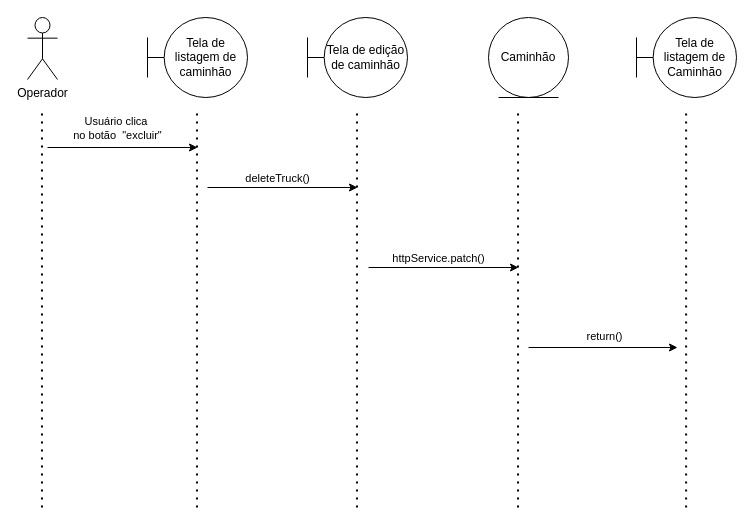
iamseki/mtruck-api keeps this draw.io diagram as page "Diagrama de sequencia - Exclusão de Caminhão" (26 of 28) of docs/diagrams/MTruck Diagrams.drawio. Above is the earlier version. Source tidied: cells renumbered, new cells numbered last; positions are measured from the earlier drawing's top-left corner, leaving out a move shared by most shapes. Both pictures are drawn from the tidied source at 100%, with x=0, y=0 at pixel (27, 17).
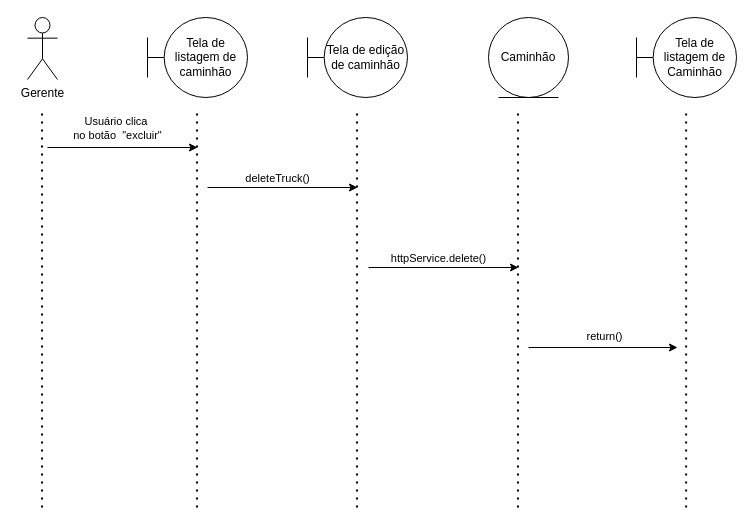
The same diagram, later.

The change refers to these unchanged cells:
```xml
<mxCell id="17" style="endArrow=classic;html=1;" parent="1" edge="1">
  <mxGeometry relative="1" as="geometry">
    <mxPoint x="341" y="250" as="sourcePoint" />
    <mxPoint x="491" y="250" as="targetPoint" />
  </mxGeometry>
</mxCell>
```

What changed in the source:
```diff
@@
-    <mxCell id="2" value="Operador" style="shape=umlActor;verticalLabelPosition=bottom;verticalAlign=top;html=1;" parent="1" vertex="1">
+    <mxCell id="2" value="Gerente" style="shape=umlActor;verticalLabelPosition=bottom;verticalAlign=top;html=1;" parent="1" vertex="1">
       <mxGeometry width="30" height="62" as="geometry" />
     </mxCell>
@@
-    <mxCell id="18" value="httpService.patch()" style="edgeLabel;html=1;align=center;verticalAlign=middle;" parent="17" vertex="1">
+    <mxCell id="18" value="httpService.delete()" style="edgeLabel;html=1;align=center;verticalAlign=middle;" parent="17" vertex="1">
       <mxGeometry x="0.11" y="1" relative="1" as="geometry">
         <mxPoint x="-13.3" y="-9" as="offset" />
       </mxGeometry>
     </mxCell>
```
